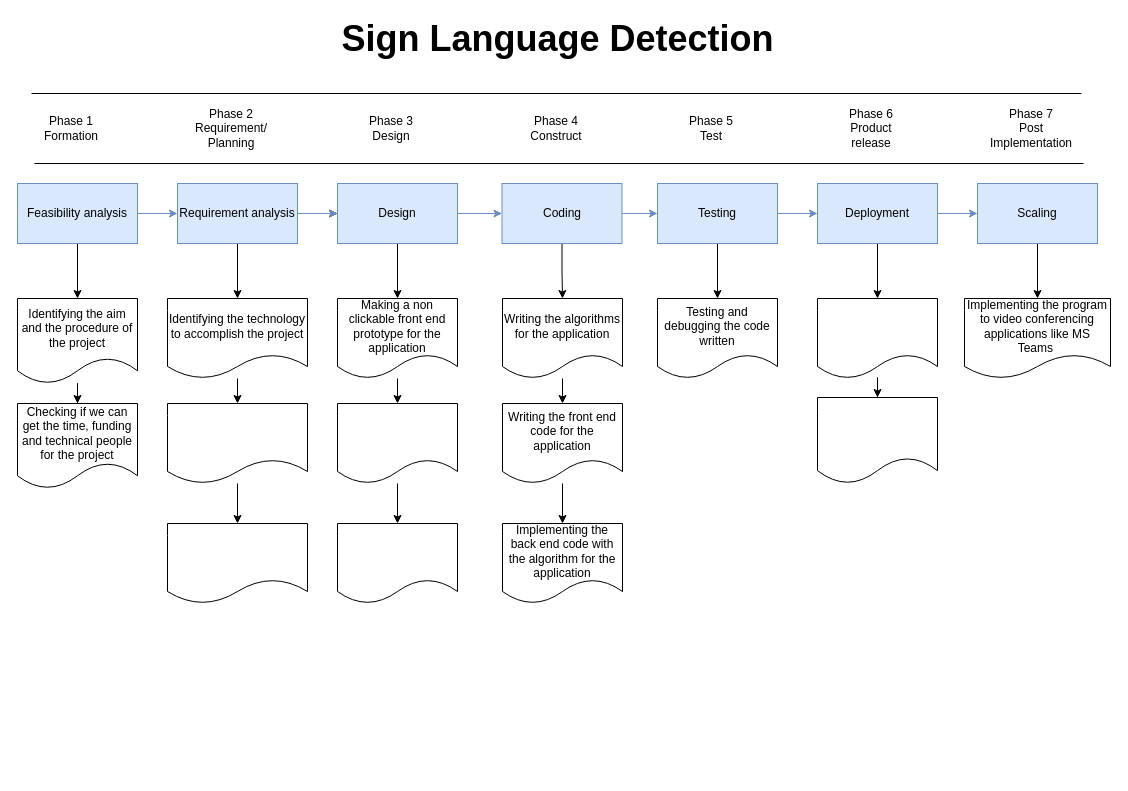
Earlier version of the draw.io diagram page "SDLC" (1 of 2) of Sign language detection project SDLC.drawio (YatinBajajOP/SEPM). Source tidied: cells renumbered, new cells numbered last; positions are measured from the earlier drawing's top-left corner, leaving out a move shared by most shapes. Both pictures are drawn from the tidied source at 100%, with x=0, y=0 at pixel (17, 23).
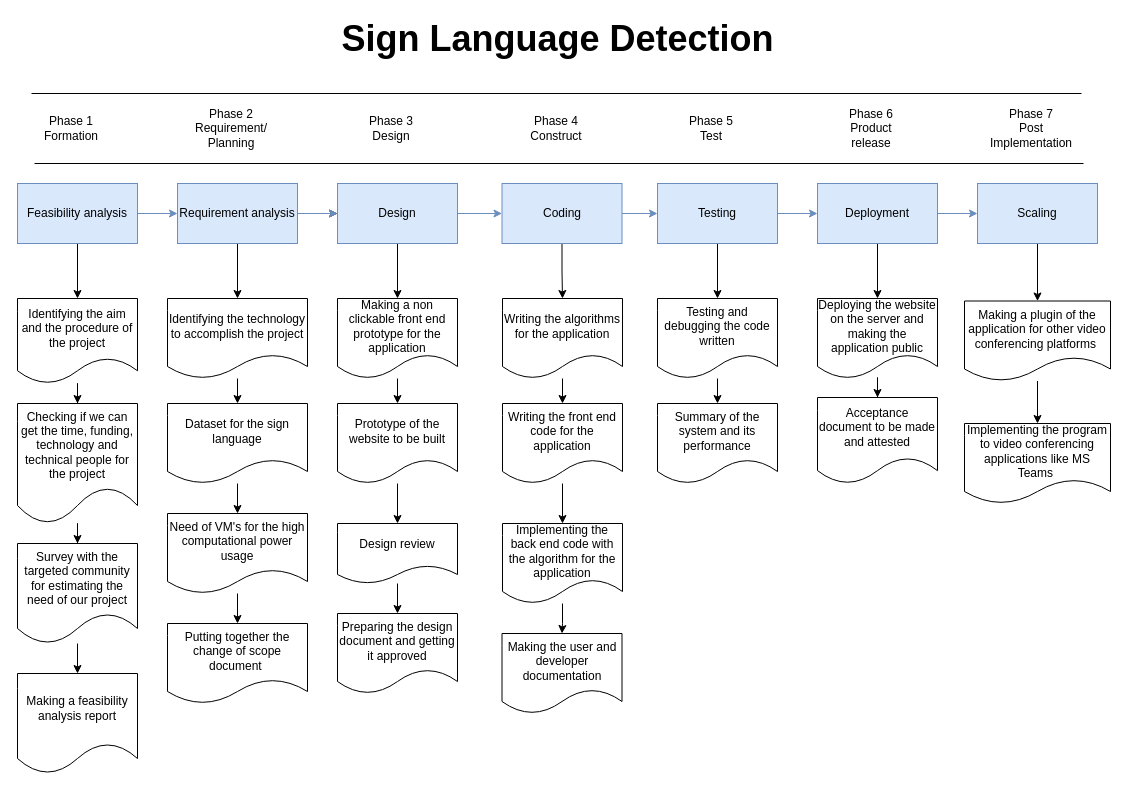
The same page after the edit.

The change refers to these unchanged cells:
```xml
<mxCell id="31" value="Implementing the back end code with the algorithm for the application" style="shape=document;whiteSpace=wrap;html=1;boundedLbl=1;rounded=0;" parent="1" vertex="1">
  <mxGeometry x="485" y="500" width="120" height="80" as="geometry" />
</mxCell>
<mxCell id="35" value="Testing and debugging the code written" style="shape=document;whiteSpace=wrap;html=1;boundedLbl=1;rounded=0;" parent="1" vertex="1">
  <mxGeometry x="640" y="275" width="120" height="80" as="geometry" />
</mxCell>
<mxCell id="43" value="Scaling" style="whiteSpace=wrap;html=1;rounded=0;fillColor=#dae8fc;strokeColor=#6c8ebf;" parent="1" vertex="1">
  <mxGeometry x="960" y="160" width="120" height="60" as="geometry" />
</mxCell>
```

What changed in the source:
```diff
@@
-    <mxCell id="17" style="shape=document;whiteSpace=wrap;html=1;boundedLbl=1;rounded=0;" parent="1" vertex="1">
+    <mxCell id="17" value="Dataset for the sign language" style="shape=document;whiteSpace=wrap;html=1;boundedLbl=1;rounded=0;" parent="1" vertex="1">
       <mxGeometry x="150" y="380" width="140" height="80" as="geometry" />
     </mxCell>
+    <mxCell id="56" style="edgeStyle=orthogonalEdgeStyle;rounded=0;jettySize=auto;html=1;" parent="1" edge="1" source="18" target="69">
+      <mxGeometry relative="1" as="geometry" />
+    </mxCell>
-    <mxCell id="18" style="shape=document;whiteSpace=wrap;html=1;boundedLbl=1;rounded=0;" parent="1" vertex="1">
-      <mxGeometry x="150" y="500" width="140" height="80" as="geometry" />
+    <mxCell id="18" value="Need of VM's for the high computational power usage" style="shape=document;whiteSpace=wrap;html=1;boundedLbl=1;rounded=0;" parent="1" vertex="1">
+      <mxGeometry x="150" y="490" width="140" height="80" as="geometry" />
     </mxCell>
@@
-    <mxCell id="21" style="edgeStyle=orthogonalEdgeStyle;rounded=0;jettySize=auto;html=1;" parent="1" edge="1" source="22" target="23">
-      <mxGeometry relative="1" as="geometry" />
-    </mxCell>
+    <mxCell id="57" style="edgeStyle=orthogonalEdgeStyle;rounded=0;jettySize=auto;html=1;" parent="1" edge="1" source="22" target="67">
+      <mxGeometry relative="1" as="geometry" />
+    </mxCell>
-    <mxCell id="22" style="shape=document;whiteSpace=wrap;html=1;boundedLbl=1;rounded=0;" parent="1" vertex="1">
+    <mxCell id="22" value="Prototype of the website to be built" style="shape=document;whiteSpace=wrap;html=1;boundedLbl=1;rounded=0;" parent="1" vertex="1">
       <mxGeometry x="320" y="380" width="120" height="80" as="geometry" />
     </mxCell>
-    <mxCell id="23" style="shape=document;whiteSpace=wrap;html=1;boundedLbl=1;rounded=0;" parent="1" vertex="1">
-      <mxGeometry x="320" y="500" width="120" height="80" as="geometry" />
-    </mxCell>
@@
+    <mxCell id="58" style="edgeStyle=orthogonalEdgeStyle;rounded=0;jettySize=auto;html=1;" parent="1" edge="1" source="31" target="70">
+      <mxGeometry relative="1" as="geometry" />
+    </mxCell>
@@
+    <mxCell id="59" style="edgeStyle=orthogonalEdgeStyle;rounded=0;jettySize=auto;html=1;" parent="1" edge="1" source="35" target="72">
+      <mxGeometry relative="1" as="geometry" />
+    </mxCell>
@@
-    <mxCell id="40" style="shape=document;whiteSpace=wrap;html=1;boundedLbl=1;rounded=0;" parent="1" vertex="1">
+    <mxCell id="40" value="Deploying the website on the server and making the application public" style="shape=document;whiteSpace=wrap;html=1;boundedLbl=1;rounded=0;" parent="1" vertex="1">
       <mxGeometry x="800" y="275" width="120" height="80" as="geometry" />
     </mxCell>
-    <mxCell id="41" style="shape=document;whiteSpace=wrap;html=1;boundedLbl=1;rounded=0;" parent="1" vertex="1">
+    <mxCell id="41" value="Acceptance document to be made and attested" style="shape=document;whiteSpace=wrap;html=1;boundedLbl=1;rounded=0;" parent="1" vertex="1">
       <mxGeometry x="800" y="374" width="120" height="86" as="geometry" />
     </mxCell>
-    <mxCell id="42" style="edgeStyle=orthogonalEdgeStyle;rounded=0;jettySize=auto;html=1;" parent="1" edge="1" source="43" target="44">
-      <mxGeometry relative="1" as="geometry" />
-    </mxCell>
+    <mxCell id="60" style="edgeStyle=orthogonalEdgeStyle;rounded=0;jettySize=auto;html=1;" parent="1" edge="1" source="43" target="63">
+      <mxGeometry relative="1" as="geometry" />
+    </mxCell>
@@
     <mxCell id="44" value="Implementing the program to video conferencing applications like MS Teams&amp;nbsp;" style="shape=document;whiteSpace=wrap;html=1;boundedLbl=1;rounded=0;" parent="1" vertex="1">
-      <mxGeometry x="947" y="275" width="146" height="80" as="geometry" />
+      <mxGeometry x="947" y="400" width="146" height="80" as="geometry" />
     </mxCell>
@@
+    <mxCell id="61" style="edgeStyle=orthogonalEdgeStyle;rounded=0;jettySize=auto;html=1;" parent="1" edge="1" source="55" target="65">
+      <mxGeometry relative="1" as="geometry" />
+    </mxCell>
-    <mxCell id="55" value="Checking if we can get the time, funding and technical people for the project" style="shape=document;whiteSpace=wrap;html=1;boundedLbl=1;" parent="1" vertex="1">
-      <mxGeometry y="380" width="120" height="85" as="geometry" />
+    <mxCell id="55" value="Checking if we can get the time, funding, technology and technical people for the project" style="shape=document;whiteSpace=wrap;html=1;boundedLbl=1;" parent="1" vertex="1">
+      <mxGeometry y="380" width="120" height="120" as="geometry" />
     </mxCell>
+    <mxCell id="62" style="edgeStyle=orthogonalEdgeStyle;rounded=0;jettySize=auto;html=1;" parent="1" edge="1" source="63" target="44">
+      <mxGeometry relative="1" as="geometry" />
+    </mxCell>
+    <mxCell id="63" value="Making a plugin of the application for other video conferencing platforms&amp;nbsp;" style="shape=document;whiteSpace=wrap;html=1;boundedLbl=1;rounded=0;" parent="1" vertex="1">
+      <mxGeometry x="947" y="277.5" width="146" height="80" as="geometry" />
+    </mxCell>
+    <mxCell id="64" style="edgeStyle=orthogonalEdgeStyle;rounded=0;jettySize=auto;html=1;" parent="1" edge="1" source="65" target="68">
+      <mxGeometry relative="1" as="geometry" />
+    </mxCell>
+    <mxCell id="65" value="Survey with the targeted community for estimating the need of our project" style="shape=document;whiteSpace=wrap;html=1;boundedLbl=1;" parent="1" vertex="1">
+      <mxGeometry y="520" width="120" height="100" as="geometry" />
+    </mxCell>
+    <mxCell id="66" style="edgeStyle=orthogonalEdgeStyle;rounded=0;jettySize=auto;html=1;" parent="1" edge="1" source="67" target="71">
+      <mxGeometry relative="1" as="geometry" />
+    </mxCell>
+    <mxCell id="67" value="Design review" style="shape=document;whiteSpace=wrap;html=1;boundedLbl=1;rounded=0;" parent="1" vertex="1">
+      <mxGeometry x="320" y="500" width="120" height="60" as="geometry" />
+    </mxCell>
+    <mxCell id="68" value="Making a feasibility analysis report" style="shape=document;whiteSpace=wrap;html=1;boundedLbl=1;" parent="1" vertex="1">
+      <mxGeometry y="650" width="120" height="100" as="geometry" />
+    </mxCell>
+    <mxCell id="69" value="Putting together the change of scope document&amp;nbsp;" style="shape=document;whiteSpace=wrap;html=1;boundedLbl=1;rounded=0;" parent="1" vertex="1">
+      <mxGeometry x="150" y="600" width="140" height="80" as="geometry" />
+    </mxCell>
+    <mxCell id="70" value="Making the user and developer documentation" style="shape=document;whiteSpace=wrap;html=1;boundedLbl=1;rounded=0;" parent="1" vertex="1">
+      <mxGeometry x="484.5" y="610" width="120" height="80" as="geometry" />
+    </mxCell>
+    <mxCell id="71" value="Preparing the design document and getting it approved" style="shape=document;whiteSpace=wrap;html=1;boundedLbl=1;rounded=0;" parent="1" vertex="1">
+      <mxGeometry x="320" y="590" width="120" height="80" as="geometry" />
+    </mxCell>
+    <mxCell id="72" value="Summary of the system and its performance" style="shape=document;whiteSpace=wrap;html=1;boundedLbl=1;rounded=0;" parent="1" vertex="1">
+      <mxGeometry x="640" y="380" width="120" height="80" as="geometry" />
+    </mxCell>
```
